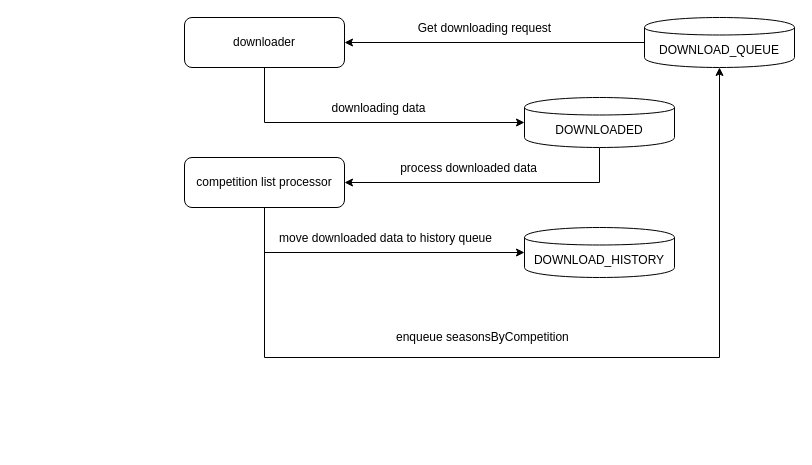
Earlier version of the draw.io diagram S1 Data Downloading.drawio (wosary1984/draw.io). Source tidied: cells renumbered, new cells numbered last; positions are measured from the earlier drawing's top-left corner, leaving out a move shared by most shapes. Both pictures are drawn from the tidied source at 100%, with x=0, y=0 at pixel (184, 17).
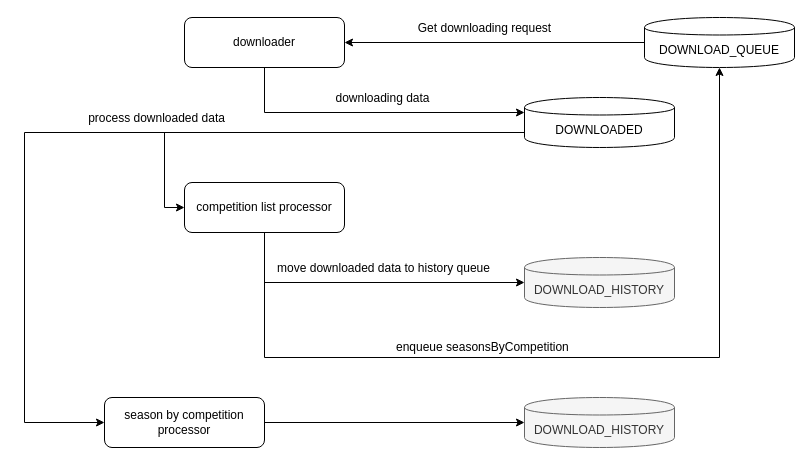
Above is the later version.

The change refers to these unchanged cells:
```xml
<mxCell id="4" value="downloader" style="rounded=1;whiteSpace=wrap;html=1;" parent="1" vertex="1">
  <mxGeometry width="160" height="50" as="geometry" />
</mxCell>
<mxCell id="10" value="DOWNLOADED" style="shape=cylinder;whiteSpace=wrap;html=1;boundedLbl=1;backgroundOutline=1;" parent="1" vertex="1">
  <mxGeometry x="340" y="80" width="150" height="50" as="geometry" />
</mxCell>
```

Diff of the diagram source:
```diff
@@
-    <mxCell id="2" style="edgeStyle=orthogonalEdgeStyle;rounded=0;jettySize=auto;html=1;exitX=0.5;exitY=1;exitDx=0;exitDy=0;entryX=0;entryY=0.5;entryDx=0;entryDy=0;" parent="1" edge="1" source="4" target="10">
+    <mxCell id="2" style="edgeStyle=orthogonalEdgeStyle;rounded=0;jettySize=auto;html=1;exitX=0.5;exitY=1;exitDx=0;exitDy=0;entryX=0;entryY=0.3;entryDx=0;entryDy=0;" parent="1" edge="1" source="4" target="10">
       <mxGeometry relative="1" as="geometry" />
     </mxCell>
@@
-    <mxCell id="8" style="edgeStyle=orthogonalEdgeStyle;rounded=0;jettySize=auto;html=1;exitX=0.5;exitY=1;exitDx=0;exitDy=0;entryX=1;entryY=0.5;entryDx=0;entryDy=0;" parent="1" edge="1" source="10" target="14">
+    <mxCell id="8" style="edgeStyle=orthogonalEdgeStyle;rounded=0;jettySize=auto;html=1;exitX=0;exitY=0.7;exitDx=0;exitDy=0;entryX=0;entryY=0.5;entryDx=0;entryDy=0;" parent="1" edge="1" source="10" target="14">
       <mxGeometry relative="1" as="geometry" />
     </mxCell>
     <mxCell id="9" value="process downloaded data" style="text;html=1;align=center;verticalAlign=middle;labelBackgroundColor=#ffffff;" parent="8" vertex="1">
       <mxGeometry x="0.24" relative="1" as="geometry">
-        <mxPoint x="13" y="-15" as="offset" />
+        <mxPoint x="-87" y="-15" as="offset" />
       </mxGeometry>
     </mxCell>
+    <mxCell id="17" style="edgeStyle=orthogonalEdgeStyle;rounded=0;jettySize=auto;html=1;entryX=0;entryY=0.5;entryDx=0;entryDy=0;" parent="1" edge="1" source="10" target="19">
+      <mxGeometry relative="1" as="geometry">
+        <Array as="points">
+          <mxPoint x="-160" y="115" />
+          <mxPoint x="-160" y="405" />
+        </Array>
+      </mxGeometry>
+    </mxCell>
@@
     <mxCell id="14" value="competition list processor" style="rounded=1;whiteSpace=wrap;html=1;" parent="1" vertex="1">
-      <mxGeometry y="140" width="160" height="50" as="geometry" />
+      <mxGeometry y="165" width="160" height="50" as="geometry" />
     </mxCell>
-    <mxCell id="15" value="DOWNLOAD_HISTORY" style="shape=cylinder;whiteSpace=wrap;html=1;boundedLbl=1;backgroundOutline=1;" parent="1" vertex="1">
-      <mxGeometry x="340" y="210" width="150" height="50" as="geometry" />
+    <mxCell id="15" value="DOWNLOAD_HISTORY" style="shape=cylinder;whiteSpace=wrap;html=1;boundedLbl=1;backgroundOutline=1;fillColor=#f5f5f5;strokeColor=#666666;fontColor=#333333;" parent="1" vertex="1">
+      <mxGeometry x="340" y="240" width="150" height="50" as="geometry" />
     </mxCell>
     <mxCell id="16" value="enqueue&amp;nbsp;seasonsByCompetition&amp;nbsp;" style="text;html=1;align=left;verticalAlign=top;spacingTop=-4;" parent="1" vertex="1">
-      <mxGeometry x="210" y="310" width="190" height="20" as="geometry" />
+      <mxGeometry x="210" y="320" width="190" height="20" as="geometry" />
     </mxCell>
+    <mxCell id="18" style="edgeStyle=orthogonalEdgeStyle;rounded=0;jettySize=auto;html=1;exitX=1;exitY=0.5;exitDx=0;exitDy=0;" parent="1" edge="1" source="19" target="20">
+      <mxGeometry relative="1" as="geometry" />
+    </mxCell>
+    <mxCell id="19" value="season by competition processor" style="rounded=1;whiteSpace=wrap;html=1;" parent="1" vertex="1">
+      <mxGeometry x="-80" y="380" width="160" height="50" as="geometry" />
+    </mxCell>
+    <mxCell id="20" value="DOWNLOAD_HISTORY" style="shape=cylinder;whiteSpace=wrap;html=1;boundedLbl=1;backgroundOutline=1;fillColor=#f5f5f5;strokeColor=#666666;fontColor=#333333;" parent="1" vertex="1">
+      <mxGeometry x="340" y="380" width="150" height="50" as="geometry" />
+    </mxCell>
```
